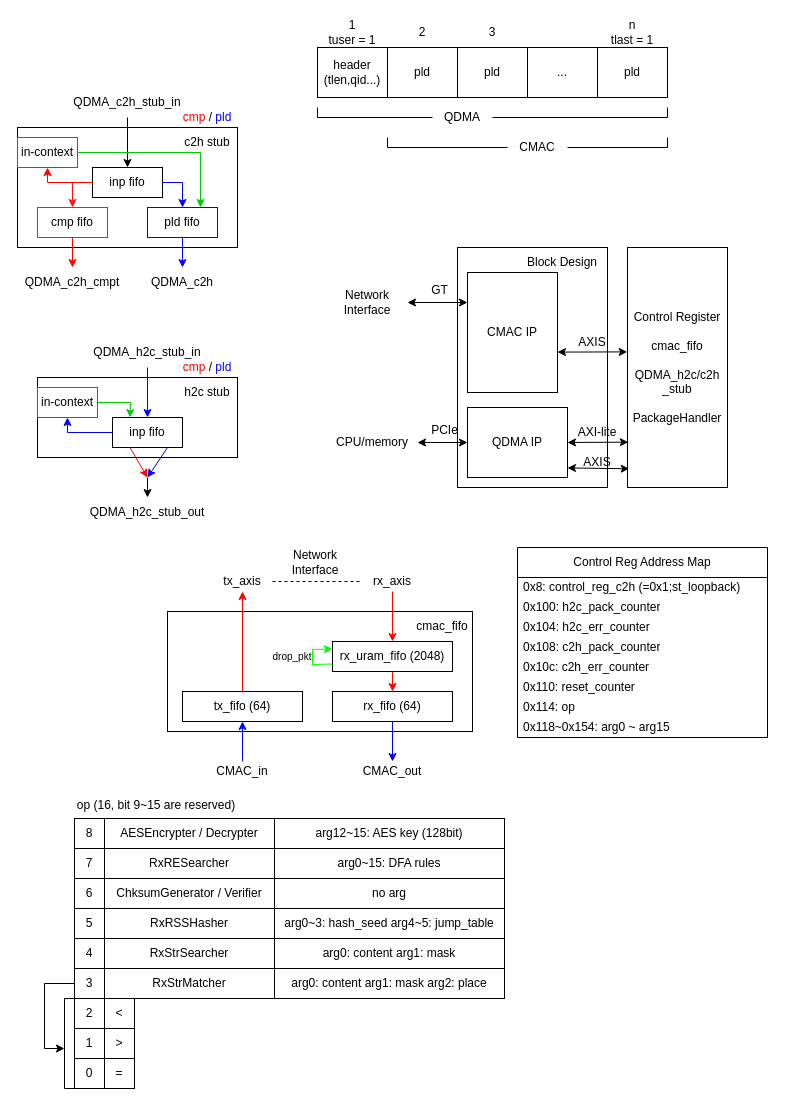
Earlier version of the draw.io diagram drawio/stubs.drawio (Gwins7/SmartNIC). Source tidied: cells renumbered, new cells numbered last; positions are measured from the earlier drawing's top-left corner, leaving out a move shared by most shapes. Both pictures are drawn from the tidied source at 100%, with x=0, y=0 at pixel (17, 17).
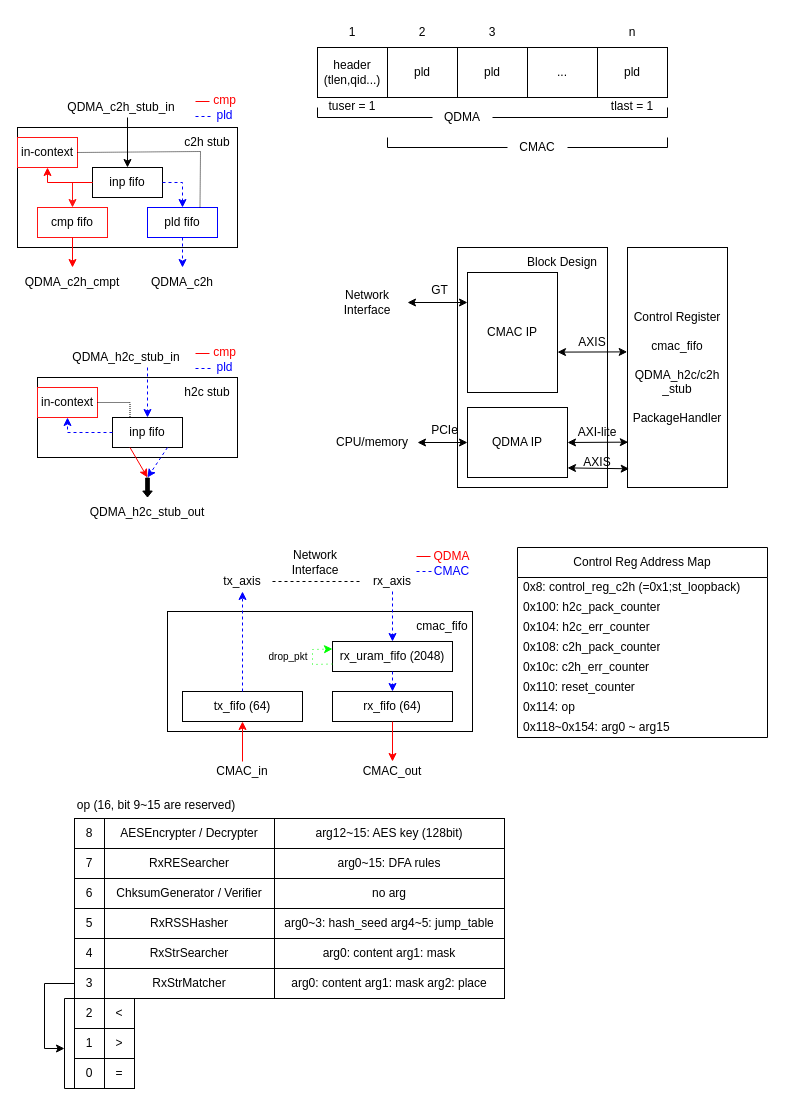
The same diagram, later.

The change refers to these unchanged cells:
```xml
<mxCell id="2" style="group;" parent="1" vertex="1">
  <mxGeometry y="70" width="220" height="210" as="geometry" />
</mxCell>
<mxCell id="5" value="inp fifo" style="rounded=0;whiteSpace=wrap;html=1;" parent="2" vertex="1">
  <mxGeometry x="75" y="80" width="70" height="30" as="geometry" />
</mxCell>
<mxCell id="8" value="pld fifo" style="rounded=0;whiteSpace=wrap;html=1;strokeColor=#0000FF;" parent="2" vertex="1">
  <mxGeometry x="130" y="120" width="70" height="30" as="geometry" />
</mxCell>
<mxCell id="10" value="in-context" style="rounded=0;whiteSpace=wrap;html=1;strokeColor=#FF1414;" parent="2" vertex="1">
  <mxGeometry y="50" width="60" height="30" as="geometry" />
</mxCell>
<mxCell id="20" style="group;" parent="1" vertex="1">
  <mxGeometry x="300" width="350" height="145" as="geometry" />
</mxCell>
<mxCell id="38" style="group;" parent="1" vertex="1">
  <mxGeometry x="20" y="320" width="200" height="190" as="geometry" />
</mxCell>
<mxCell id="41" value="inp fifo" style="rounded=0;whiteSpace=wrap;html=1;" parent="38" vertex="1">
  <mxGeometry x="75" y="80" width="70" height="30" as="geometry" />
</mxCell>
<mxCell id="42" value="in-context" style="rounded=0;whiteSpace=wrap;html=1;strokeColor=#FF1414;" parent="38" vertex="1">
  <mxGeometry y="50" width="60" height="30" as="geometry" />
</mxCell>
<mxCell id="49" value="&lt;font color=&quot;#000000&quot;&gt;QDMA_h2c_stub_out&lt;/font&gt;" style="text;html=1;strokeColor=none;fillColor=none;align=center;verticalAlign=middle;whiteSpace=wrap;rounded=0;fontColor=#0000FF;" parent="38" vertex="1">
  <mxGeometry x="75" y="160" width="70" height="30" as="geometry" />
</mxCell>
<mxCell id="79" style="group;" parent="1" vertex="1">
  <mxGeometry x="150" y="530" width="305" height="234" as="geometry" />
</mxCell>
<mxCell id="81" value="tx_fifo (64)" style="rounded=0;whiteSpace=wrap;html=1;strokeColor=#000000;fontColor=#000000;fillColor=#FFFFFF;" parent="79" vertex="1">
  <mxGeometry x="15" y="144" width="120" height="30" as="geometry" />
</mxCell>
<mxCell id="82" value="rx_fifo (64)" style="rounded=0;whiteSpace=wrap;html=1;strokeColor=#000000;fontColor=#000000;fillColor=#FFFFFF;" parent="79" vertex="1">
  <mxGeometry x="165" y="144" width="120" height="30" as="geometry" />
</mxCell>
<mxCell id="92" value="rx_uram_fifo (2048)" style="rounded=0;whiteSpace=wrap;html=1;strokeColor=#000000;fontColor=#000000;fillColor=#FFFFFF;" parent="79" vertex="1">
  <mxGeometry x="165" y="94" width="120" height="30" as="geometry" />
</mxCell>
```

Diff of the diagram source:
```diff
@@
-    <mxCell id="9" style="edgeStyle=orthogonalEdgeStyle;rounded=0;jettySize=auto;html=1;exitX=1;exitY=0.5;exitDx=0;exitDy=0;strokeColor=#0000FF;" parent="2" edge="1" source="5" target="8">
+    <mxCell id="9" style="edgeStyle=orthogonalEdgeStyle;rounded=0;jettySize=auto;html=1;exitX=1;exitY=0.5;exitDx=0;exitDy=0;strokeColor=#0000FF;dashed=1;" parent="2" edge="1" source="5" target="8">
       <mxGeometry relative="1" as="geometry" />
     </mxCell>
@@
-    <mxCell id="13" style="endArrow=classic;html=1;rounded=0;exitX=1;exitY=0.5;exitDx=0;exitDy=0;strokeColor=#00CC00;" parent="2" edge="1" source="10">
-      <mxGeometry relative="1" as="geometry">
-        <mxPoint x="183" y="120" as="targetPoint" />
-        <Array as="points">
-          <mxPoint x="183" y="65" />
-        </Array>
-      </mxGeometry>
-    </mxCell>
@@
-    <mxCell id="15" style="endArrow=classic;html=1;rounded=0;exitX=0.5;exitY=1;exitDx=0;exitDy=0;strokeColor=#0000FF;" parent="2" edge="1" source="8">
+    <mxCell id="15" style="endArrow=classic;html=1;rounded=0;exitX=0.5;exitY=1;exitDx=0;exitDy=0;strokeColor=#0000FF;dashed=1;" parent="2" edge="1" source="8">
       <mxGeometry relative="1" as="geometry">
         <mxPoint x="165" y="180" as="targetPoint" />
       </mxGeometry>
     </mxCell>
@@
-    <mxCell id="18" value="&lt;font color=&quot;#ff0000&quot;&gt;cmp&lt;/font&gt; / &lt;font color=&quot;#0000ff&quot;&gt;pld&lt;/font&gt;" style="text;html=1;strokeColor=none;fillColor=none;align=center;verticalAlign=middle;whiteSpace=wrap;rounded=0;" parent="2" vertex="1">
-      <mxGeometry x="160" y="20" width="60" height="20" as="geometry" />
+    <mxCell id="18" value="&lt;font color=&quot;#ff0000&quot;&gt;cmp&lt;/font&gt; &lt;font color=&quot;#0000ff&quot;&gt;pld&lt;/font&gt;" style="text;html=1;strokeColor=none;fillColor=none;align=center;verticalAlign=middle;whiteSpace=wrap;rounded=0;" parent="2" vertex="1">
+      <mxGeometry x="195" y="7" width="25" height="26" as="geometry" />
     </mxCell>
     <mxCell id="19" value="&lt;font color=&quot;#000000&quot;&gt;QDMA_c2h_stub_in&lt;/font&gt;" style="text;html=1;strokeColor=none;fillColor=none;align=center;verticalAlign=middle;whiteSpace=wrap;rounded=0;fontColor=#0000FF;" parent="2" vertex="1">
-      <mxGeometry x="75" width="70" height="30" as="geometry" />
+      <mxGeometry x="69" y="5" width="70" height="30" as="geometry" />
     </mxCell>
+    <mxCell id="127" style="endArrow=none;dashed=1;html=1;rounded=0;exitX=1;exitY=0.5;exitDx=0;exitDy=0;entryX=0.75;entryY=0;entryDx=0;entryDy=0;dashPattern=1 1;" parent="2" edge="1" source="10" target="8">
+      <mxGeometry relative="1" as="geometry">
+        <Array as="points">
+          <mxPoint x="183" y="64" />
+        </Array>
+      </mxGeometry>
+    </mxCell>
+    <mxCell id="128" style="endArrow=none;html=1;rounded=0;fillColor=#000000;strokeColor=#FF0000;" parent="2" edge="1">
+      <mxGeometry relative="1" as="geometry">
+        <mxPoint x="178" y="14" as="sourcePoint" />
+        <mxPoint x="192" y="14" as="targetPoint" />
+      </mxGeometry>
+    </mxCell>
@@
-    <mxCell id="23" value="1&lt;br&gt;tuser = 1" style="text;html=1;strokeColor=none;fillColor=none;align=center;verticalAlign=middle;whiteSpace=wrap;rounded=0;" parent="20" vertex="1">
+    <mxCell id="23" value="1" style="text;html=1;strokeColor=none;fillColor=none;align=center;verticalAlign=middle;whiteSpace=wrap;rounded=0;" parent="20" vertex="1">
       <mxGeometry x="5" width="60" height="30" as="geometry" />
     </mxCell>
@@
-    <mxCell id="37" value="n&lt;br&gt;tlast = 1" style="text;html=1;strokeColor=none;fillColor=none;align=center;verticalAlign=middle;whiteSpace=wrap;rounded=0;" parent="20" vertex="1">
+    <mxCell id="37" value="n" style="text;html=1;strokeColor=none;fillColor=none;align=center;verticalAlign=middle;whiteSpace=wrap;rounded=0;" parent="20" vertex="1">
       <mxGeometry x="285" width="60" height="30" as="geometry" />
     </mxCell>
+    <mxCell id="129" value="tuser = 1" style="text;html=1;strokeColor=none;fillColor=none;align=center;verticalAlign=middle;whiteSpace=wrap;rounded=0;" parent="20" vertex="1">
+      <mxGeometry x="5" y="77" width="60" height="24" as="geometry" />
+    </mxCell>
+    <mxCell id="130" value="tlast&amp;nbsp;= 1" style="text;html=1;strokeColor=none;fillColor=none;align=center;verticalAlign=middle;whiteSpace=wrap;rounded=0;" parent="20" vertex="1">
+      <mxGeometry x="285" y="77" width="60" height="24" as="geometry" />
+    </mxCell>
@@
-    <mxCell id="43" style="endArrow=classic;html=1;rounded=0;entryX=0.5;entryY=0;entryDx=0;entryDy=0;strokeColor=#0000FF;" parent="38" edge="1" target="41">
+    <mxCell id="43" style="endArrow=classic;html=1;rounded=0;entryX=0.5;entryY=0;entryDx=0;entryDy=0;strokeColor=#0000FF;dashed=1;" parent="38" edge="1" target="41">
       <mxGeometry relative="1" as="geometry">
         <mxPoint x="110" y="30" as="sourcePoint" />
       </mxGeometry>
     </mxCell>
-    <mxCell id="44" style="endArrow=classic;html=1;rounded=0;exitX=0;exitY=0.5;exitDx=0;exitDy=0;strokeColor=#0000FF;entryX=0.5;entryY=1;entryDx=0;entryDy=0;" parent="38" edge="1" source="41" target="42">
+    <mxCell id="44" style="endArrow=classic;html=1;rounded=0;exitX=0;exitY=0.5;exitDx=0;exitDy=0;strokeColor=#0000FF;entryX=0.5;entryY=1;entryDx=0;entryDy=0;dashed=1;" parent="38" edge="1" source="41" target="42">
       <mxGeometry relative="1" as="geometry">
         <Array as="points">
           <mxPoint x="30" y="95" />
         </Array>
       </mxGeometry>
     </mxCell>
     <mxCell id="45" value="&lt;font color=&quot;#000000&quot;&gt;QDMA_h2c_stub_in&lt;/font&gt;" style="text;html=1;strokeColor=none;fillColor=none;align=center;verticalAlign=middle;whiteSpace=wrap;rounded=0;fontColor=#0000FF;" parent="38" vertex="1">
-      <mxGeometry x="75" width="70" height="30" as="geometry" />
+      <mxGeometry x="54" y="5" width="70" height="30" as="geometry" />
     </mxCell>
@@
-    <mxCell id="47" style="endArrow=classic;html=1;rounded=0;strokeColor=#00CC00;fontColor=#000000;fillColor=#FF0000;exitX=1;exitY=0.5;exitDx=0;exitDy=0;entryX=0.25;entryY=0;entryDx=0;entryDy=0;" parent="38" edge="1" source="42" target="41">
-      <mxGeometry relative="1" as="geometry">
-        <Array as="points">
-          <mxPoint x="93" y="65" />
-        </Array>
-      </mxGeometry>
-    </mxCell>
-    <mxCell id="48" style="endArrow=classic;html=1;rounded=0;strokeColor=#0000FF;fontColor=#000000;fillColor=#FF1C1C;" parent="38" edge="1">
+    <mxCell id="48" style="endArrow=classic;html=1;rounded=0;strokeColor=#0000FF;fontColor=#000000;fillColor=#FF1C1C;dashed=1;" parent="38" edge="1">
       <mxGeometry relative="1" as="geometry">
         <mxPoint x="130" y="110" as="sourcePoint" />
         <mxPoint x="110" y="140" as="targetPoint" />
       </mxGeometry>
     </mxCell>
@@
-    <mxCell id="50" value="&lt;font color=&quot;#ff0000&quot;&gt;cmp&lt;/font&gt; / &lt;font color=&quot;#0000ff&quot;&gt;pld&lt;/font&gt;" style="text;html=1;strokeColor=none;fillColor=none;align=center;verticalAlign=middle;whiteSpace=wrap;rounded=0;" parent="38" vertex="1">
-      <mxGeometry x="140" y="20" width="60" height="20" as="geometry" />
-    </mxCell>
-    <mxCell id="51" style="endArrow=classic;html=1;rounded=0;strokeColor=#000000;fontColor=#000000;fillColor=#FF0000;" parent="38" edge="1" target="49">
+    <mxCell id="51" style="endArrow=classic;html=1;rounded=0;strokeColor=#000000;fontColor=#000000;fillColor=#000000;endFill=1;shape=flexArrow;endWidth=4.830246913580247;endSize=1.6472222222222221;width=3.611111111111111;" parent="38" edge="1" target="49">
       <mxGeometry relative="1" as="geometry">
         <mxPoint x="110" y="140" as="sourcePoint" />
       </mxGeometry>
     </mxCell>
+    <mxCell id="47" style="endArrow=none;dashed=1;html=1;rounded=0;exitX=1;exitY=0.5;exitDx=0;exitDy=0;entryX=0.25;entryY=0;entryDx=0;entryDy=0;dashPattern=1 1;edgeStyle=orthogonalEdgeStyle;" parent="38" edge="1" source="42" target="41">
+      <mxGeometry relative="1" as="geometry" />
+    </mxCell>
+    <mxCell id="131" value="&lt;font color=&quot;#ff0000&quot;&gt;cmp&lt;/font&gt; &lt;font color=&quot;#0000ff&quot;&gt;pld&lt;/font&gt;" style="text;html=1;strokeColor=none;fillColor=none;align=center;verticalAlign=middle;whiteSpace=wrap;rounded=0;" parent="38" vertex="1">
+      <mxGeometry x="175" y="9" width="25" height="26" as="geometry" />
+    </mxCell>
+    <mxCell id="132" style="endArrow=none;html=1;rounded=0;fillColor=#000000;strokeColor=#FF0000;" parent="38" edge="1">
+      <mxGeometry relative="1" as="geometry">
+        <mxPoint x="158" y="16" as="sourcePoint" />
+        <mxPoint x="172" y="16" as="targetPoint" />
+      </mxGeometry>
+    </mxCell>
+    <mxCell id="133" style="endArrow=none;html=1;rounded=0;fillColor=#000000;dashed=1;strokeColor=#0000FF;" parent="38" edge="1">
+      <mxGeometry relative="1" as="geometry">
+        <mxPoint x="158" y="31" as="sourcePoint" />
+        <mxPoint x="173" y="31" as="targetPoint" />
+      </mxGeometry>
+    </mxCell>
@@
-    <mxCell id="84" style="endArrow=classic;html=1;rounded=0;strokeColor=#FF0000;fontColor=#000000;fillColor=#FF0000;exitX=0.5;exitY=0;exitDx=0;exitDy=0;" parent="79" edge="1" source="81">
+    <mxCell id="84" style="endArrow=classic;html=1;rounded=0;strokeColor=#0000FF;fontColor=#000000;fillColor=#FF0000;exitX=0.5;exitY=0;exitDx=0;exitDy=0;dashed=1;" parent="79" edge="1" source="81">
       <mxGeometry relative="1" as="geometry">
         <mxPoint x="75" y="44" as="targetPoint" />
       </mxGeometry>
     </mxCell>
-    <mxCell id="85" style="endArrow=classic;html=1;rounded=0;strokeColor=#0000FF;fontColor=#000000;fillColor=#FF0000;entryX=0.5;entryY=1;entryDx=0;entryDy=0;" parent="79" edge="1" target="81">
+    <mxCell id="85" style="endArrow=classic;html=1;rounded=0;strokeColor=#FF0000;fontColor=#000000;fillColor=#FF0000;entryX=0.5;entryY=1;entryDx=0;entryDy=0;" parent="79" edge="1" target="81">
       <mxGeometry relative="1" as="geometry">
         <mxPoint x="75" y="214" as="sourcePoint" />
       </mxGeometry>
     </mxCell>
-    <mxCell id="86" style="endArrow=classic;html=1;rounded=0;strokeColor=#FF0000;fontColor=#000000;fillColor=#FF0000;entryX=0.5;entryY=0;entryDx=0;entryDy=0;" parent="79" edge="1" target="92">
+    <mxCell id="86" style="endArrow=classic;html=1;rounded=0;strokeColor=#0000FF;fontColor=#000000;fillColor=#FF0000;entryX=0.5;entryY=0;entryDx=0;entryDy=0;dashed=1;" parent="79" edge="1" target="92">
       <mxGeometry relative="1" as="geometry">
         <mxPoint x="225" y="44" as="sourcePoint" />
       </mxGeometry>
     </mxCell>
-    <mxCell id="87" style="endArrow=classic;html=1;rounded=0;strokeColor=#0000FF;fontColor=#000000;fillColor=#FF0000;exitX=0.5;exitY=1;exitDx=0;exitDy=0;" parent="79" edge="1" source="82">
+    <mxCell id="87" style="endArrow=classic;html=1;rounded=0;strokeColor=#FF0000;fontColor=#000000;fillColor=#FF0000;exitX=0.5;exitY=1;exitDx=0;exitDy=0;" parent="79" edge="1" source="82">
       <mxGeometry relative="1" as="geometry">
         <mxPoint x="225" y="214" as="targetPoint" />
       </mxGeometry>
     </mxCell>
@@
-    <mxCell id="93" style="endArrow=classic;html=1;rounded=0;strokeColor=#FF0000;fontColor=#000000;fillColor=#FF0000;entryX=0.5;entryY=0;entryDx=0;entryDy=0;exitX=0.5;exitY=1;exitDx=0;exitDy=0;" parent="79" edge="1" source="92" target="82">
+    <mxCell id="93" style="endArrow=classic;html=1;rounded=0;strokeColor=#0000FF;fontColor=#000000;fillColor=#FF0000;entryX=0.5;entryY=0;entryDx=0;entryDy=0;exitX=0.5;exitY=1;exitDx=0;exitDy=0;dashed=1;" parent="79" edge="1" source="92" target="82">
       <mxGeometry relative="1" as="geometry" />
     </mxCell>
-    <mxCell id="94" style="endArrow=classic;html=1;rounded=0;strokeColor=#00FF00;fontColor=#000000;fillColor=#FF0000;exitX=0;exitY=0.75;exitDx=0;exitDy=0;entryX=0;entryY=0.25;entryDx=0;entryDy=0;" parent="79" edge="1" source="92" target="92">
+    <mxCell id="94" style="endArrow=classic;html=1;rounded=0;strokeColor=#00FF00;fontColor=#000000;fillColor=#FF0000;exitX=0;exitY=0.75;exitDx=0;exitDy=0;entryX=0;entryY=0.25;entryDx=0;entryDy=0;dashed=1;dashPattern=1 4;" parent="79" edge="1" source="92" target="92">
       <mxGeometry relative="1" as="geometry">
         <Array as="points">
           <mxPoint x="145" y="117" />
           <mxPoint x="145" y="102" />
         </Array>
       </mxGeometry>
     </mxCell>
     <mxCell id="95" value="&lt;font style=&quot;font-size: 10px;&quot;&gt;drop_pkt&lt;/font&gt;" style="text;html=1;strokeColor=none;fillColor=none;align=center;verticalAlign=middle;whiteSpace=wrap;rounded=0;fontColor=#000000;" parent="79" vertex="1">
-      <mxGeometry x="105" y="99" width="40" height="20" as="geometry" />
+      <mxGeometry x="101" y="99" width="40" height="20" as="geometry" />
     </mxCell>
@@
+    <mxCell id="134" value="&lt;font color=&quot;#ff0000&quot;&gt;QDMA&lt;/font&gt;&lt;br&gt;&lt;font color=&quot;#0000ff&quot;&gt;CMAC&lt;/font&gt;" style="text;html=1;strokeColor=none;fillColor=none;align=center;verticalAlign=middle;whiteSpace=wrap;rounded=0;" parent="79" vertex="1">
+      <mxGeometry x="272" y="3" width="25" height="26" as="geometry" />
+    </mxCell>
+    <mxCell id="135" style="endArrow=none;html=1;rounded=0;fillColor=#000000;strokeColor=#FF0000;" parent="79" edge="1">
+      <mxGeometry relative="1" as="geometry">
+        <mxPoint x="249" y="9" as="sourcePoint" />
+        <mxPoint x="263" y="9" as="targetPoint" />
+      </mxGeometry>
+    </mxCell>
+    <mxCell id="136" style="endArrow=none;html=1;rounded=0;fillColor=#000000;dashed=1;strokeColor=#0000FF;" parent="79" edge="1">
+      <mxGeometry relative="1" as="geometry">
+        <mxPoint x="249" y="24" as="sourcePoint" />
+        <mxPoint x="264" y="24" as="targetPoint" />
+      </mxGeometry>
+    </mxCell>
@@
+    <mxCell id="137" style="endArrow=none;html=1;rounded=0;fillColor=#000000;dashed=1;strokeColor=#0000FF;" parent="1" edge="1">
+      <mxGeometry relative="1" as="geometry">
+        <mxPoint x="178" y="99" as="sourcePoint" />
+        <mxPoint x="193" y="99" as="targetPoint" />
+      </mxGeometry>
+    </mxCell>
```
